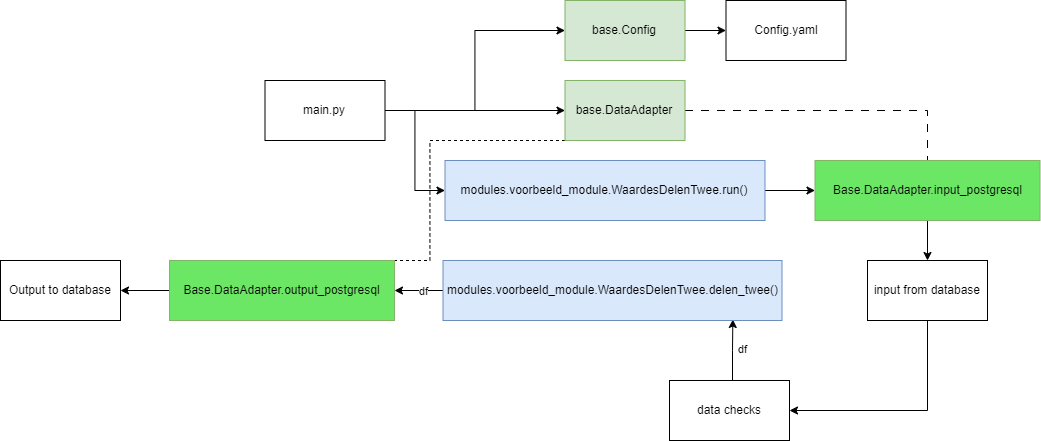
Above: docs/assets/voorbeeld_config_db.png in continu-inzicht/toolbox-continu-inzicht (draw.io), before the change. Source tidied: cells renumbered, new cells last; positions are measured from the earlier drawing's top-left corner, leaving out a move shared by most shapes.
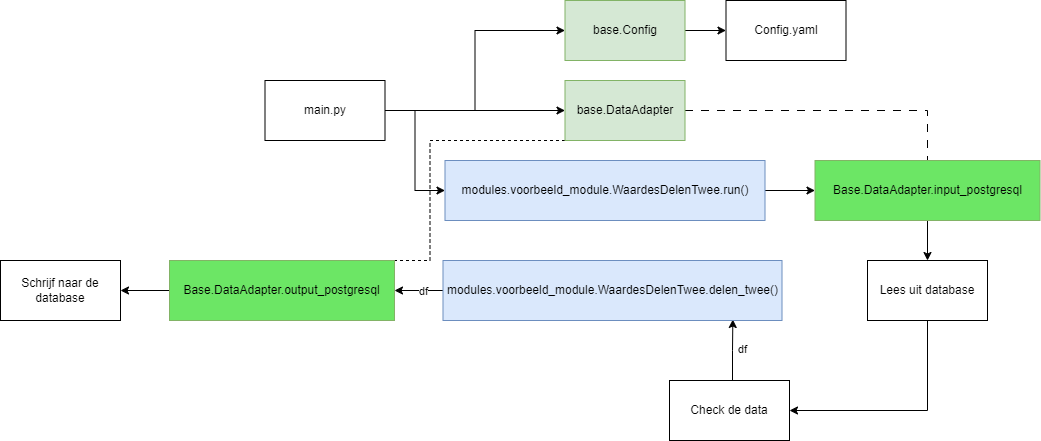
Above is the later version.

Commit message:
extra voorbeeld en opschonen

What changed in the source:
```diff
@@ -69,7 +69,7 @@
         </Array>
       </mxGeometry>
     </mxCell>
-    <mxCell id="19" value="&lt;span style=&quot;font-style: normal;&quot;&gt;input from database&lt;/span&gt;" style="rounded=0;whiteSpace=wrap;html=1;fontStyle=2;" parent="1" vertex="1">
+    <mxCell id="19" value="&lt;span style=&quot;font-style: normal;&quot;&gt;Lees uit database&lt;/span&gt;" style="rounded=0;whiteSpace=wrap;html=1;fontStyle=2;" parent="1" vertex="1">
       <mxGeometry x="867" y="260" width="120" height="60" as="geometry" />
     </mxCell>
     <mxCell id="20" style="edgeStyle=orthogonalEdgeStyle;rounded=0;jettySize=auto;html=1;exitX=0;exitY=0.5;exitDx=0;exitDy=0;" parent="1" edge="1" source="22" target="25">
@@ -81,7 +81,7 @@
     <mxCell id="22" value="&lt;div&gt;modules.voorbeeld_module.WaardesDelenTwee.delen_twee()&lt;/div&gt;" style="rounded=0;whiteSpace=wrap;html=1;fillColor=#dae8fc;strokeColor=#6c8ebf;" parent="1" vertex="1">
       <mxGeometry x="442.5" y="260" width="339" height="60" as="geometry" />
     </mxCell>
-    <mxCell id="23" value="&lt;span style=&quot;font-style: normal;&quot;&gt;data checks&lt;/span&gt;" style="rounded=0;whiteSpace=wrap;html=1;fontStyle=2;" parent="1" vertex="1">
+    <mxCell id="23" value="&lt;span style=&quot;font-style: normal;&quot;&gt;Check de data&lt;/span&gt;" style="rounded=0;whiteSpace=wrap;html=1;fontStyle=2;" parent="1" vertex="1">
       <mxGeometry x="669" y="380" width="120" height="60" as="geometry" />
     </mxCell>
     <mxCell id="24" style="edgeStyle=orthogonalEdgeStyle;rounded=0;jettySize=auto;html=1;exitX=0;exitY=0.5;exitDx=0;exitDy=0;" parent="1" edge="1" source="25" target="26">
@@ -90,7 +90,7 @@
     <mxCell id="25" value="&lt;span style=&quot;font-style: normal;&quot;&gt;Base.DataAdapter.output_&lt;/span&gt;&lt;span style=&quot;font-style: normal;&quot;&gt;postgresql&lt;/span&gt;" style="rounded=0;whiteSpace=wrap;html=1;fontStyle=2;fillColor=#6ce665;strokeColor=#82b366;" parent="1" vertex="1">
       <mxGeometry x="169" y="260" width="225" height="60" as="geometry" />
     </mxCell>
-    <mxCell id="26" value="&lt;span style=&quot;font-style: normal;&quot;&gt;Output to database&lt;/span&gt;" style="rounded=0;whiteSpace=wrap;html=1;fontStyle=2;" parent="1" vertex="1">
+    <mxCell id="26" value="&lt;span style=&quot;font-style: normal;&quot;&gt;Schrijf naar de database&lt;/span&gt;" style="rounded=0;whiteSpace=wrap;html=1;fontStyle=2;" parent="1" vertex="1">
       <mxGeometry y="260" width="120" height="60" as="geometry" />
     </mxCell>
   </root>
```
